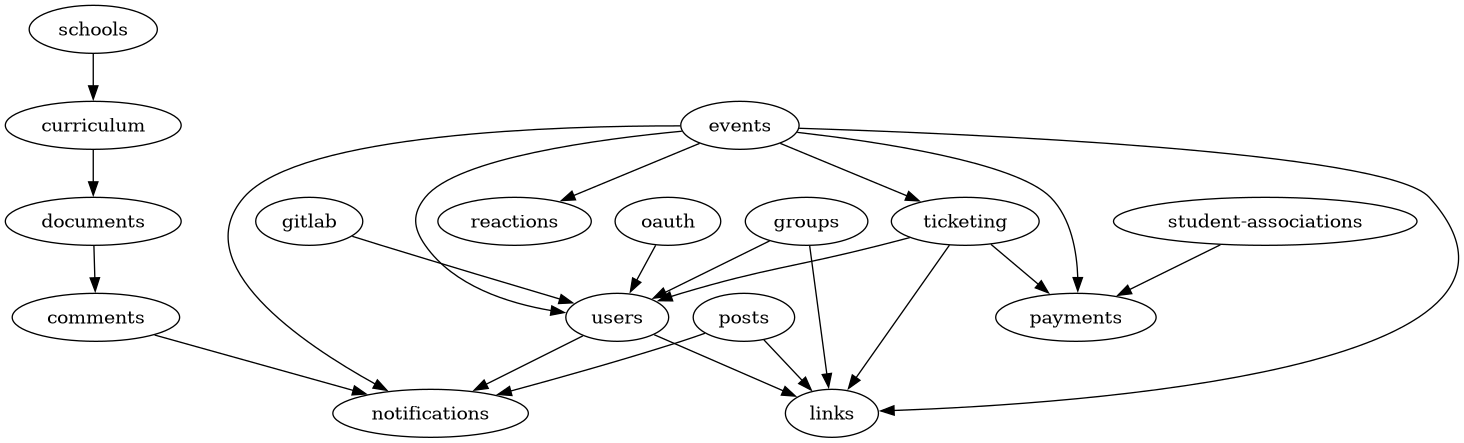
Before: packages/api/scripts/modules-import-graph.png, a diagram exported from Graphviz (inp-net/churros). Its source is kept beside it as packages/api/scripts/modules-import-graph.dot.
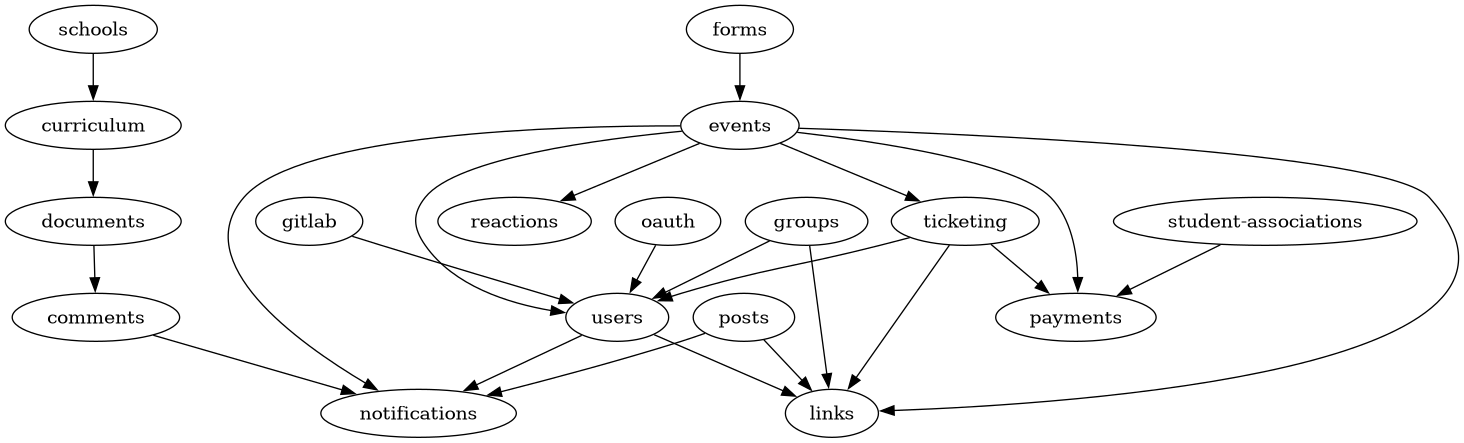
The same diagram one commit later.

Change to the diagram source:
```diff
@@ -8,6 +8,7 @@
     "events" -> "reactions";
     "events" -> "ticketing";
     "events" -> "links";
+    "forms" -> "events";
     "gitlab" -> "users";
     "groups" -> "links";
     "groups" -> "users";
```
